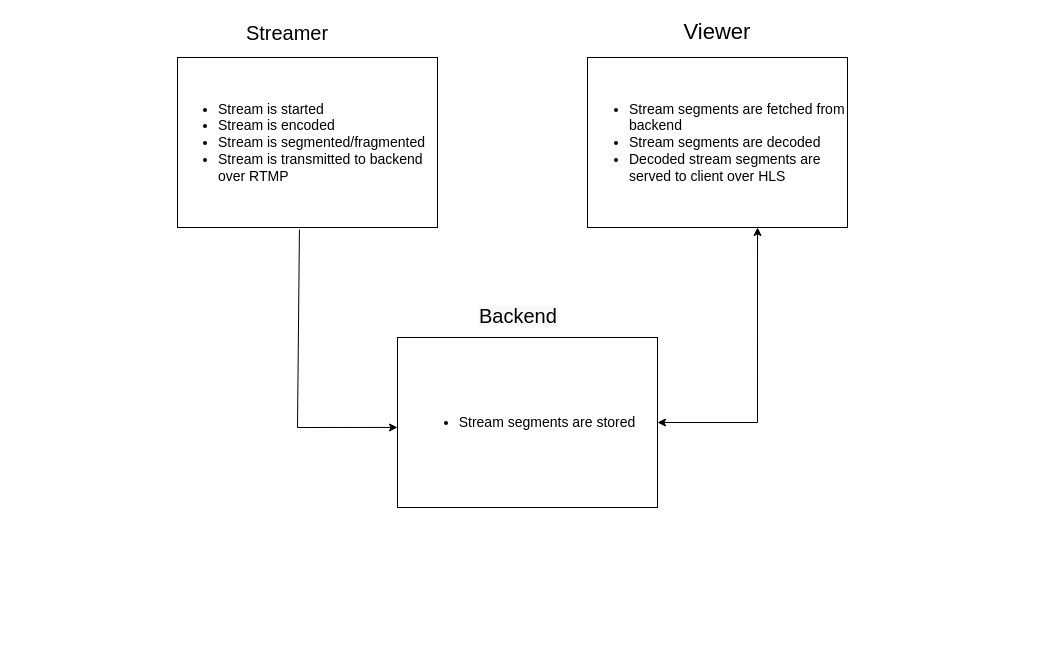
This is system_architecture/design_001.drawio from amos-kibet/streamer, a draw.io file, before an edit. Source tidied: cells renumbered, new cells numbered last; positions are measured from the earlier drawing's top-left corner, leaving out a move shared by most shapes. Both pictures are drawn from the tidied source at 100%, with x=0, y=0 at pixel (177, 17).
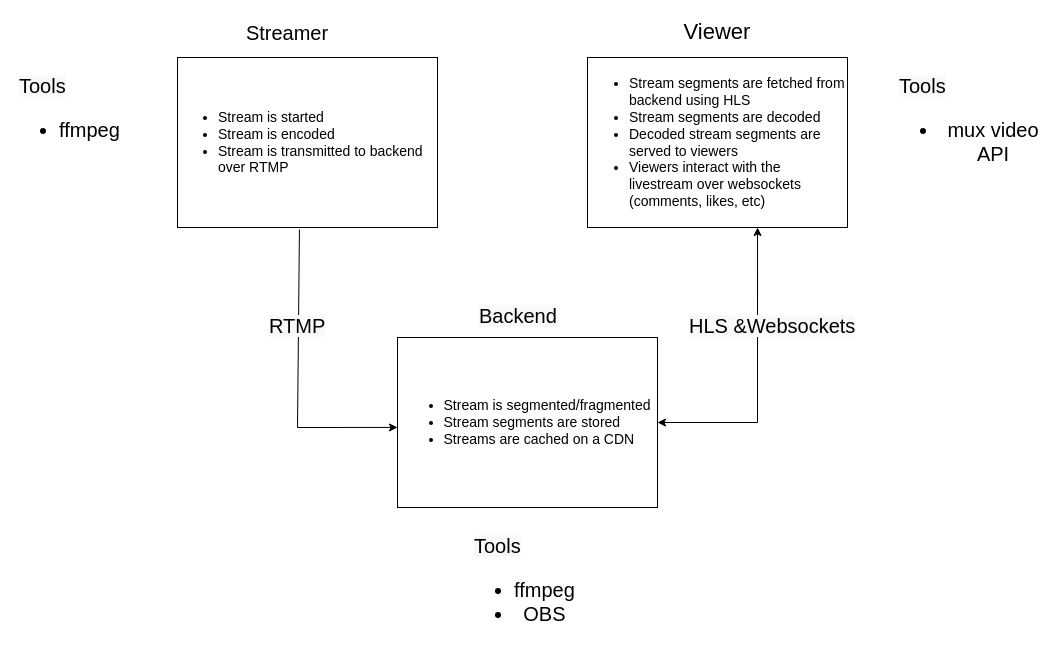
The same page after the edit.

Commit message (it also covers changes not shown here):
update system design architecture

The edit, as a diff of the source:
```diff
@@
 <mxGraphModel>
   <root>
     <mxCell id="0" />
     <mxCell id="1" parent="0" />
-    <mxCell id="2" value="&lt;ul style=&quot;font-size: 14px;&quot;&gt;&lt;li style=&quot;text-align: left;&quot;&gt;Stream segments are stored&lt;/li&gt;&lt;/ul&gt;" style="rounded=0;whiteSpace=wrap;html=1;" parent="1" vertex="1">
+    <mxCell id="2" value="&lt;ul style=&quot;font-size: 14px;&quot;&gt;&lt;li style=&quot;text-align: left;&quot;&gt;Stream is segmented/fragmented&lt;/li&gt;&lt;li style=&quot;text-align: left;&quot;&gt;Stream segments are stored&lt;/li&gt;&lt;li style=&quot;text-align: left;&quot;&gt;Streams are cached on a CDN&lt;/li&gt;&lt;/ul&gt;" style="rounded=0;whiteSpace=wrap;html=1;" parent="1" vertex="1">
       <mxGeometry x="220" y="320" width="260" height="170" as="geometry" />
     </mxCell>
-    <mxCell id="3" value="&lt;ul style=&quot;font-size: 14px;&quot;&gt;&lt;li&gt;Stream segments are fetched from backend&lt;/li&gt;&lt;li style=&quot;&quot;&gt;Stream segments are decoded&lt;/li&gt;&lt;li style=&quot;&quot;&gt;Decoded stream segments are served to client over HLS&lt;/li&gt;&lt;/ul&gt;" style="rounded=0;whiteSpace=wrap;html=1;align=left;" parent="1" vertex="1">
+    <mxCell id="3" value="&lt;ul style=&quot;font-size: 14px;&quot;&gt;&lt;li&gt;Stream segments are fetched from backend using HLS&lt;/li&gt;&lt;li style=&quot;&quot;&gt;Stream segments are decoded&lt;/li&gt;&lt;li style=&quot;&quot;&gt;Decoded stream segments are served to viewers&lt;/li&gt;&lt;li style=&quot;&quot;&gt;Viewers interact with the livestream over websockets (comments, likes, etc)&lt;/li&gt;&lt;/ul&gt;" style="rounded=0;whiteSpace=wrap;html=1;align=left;" parent="1" vertex="1">
       <mxGeometry x="410" y="40" width="260" height="170" as="geometry" />
     </mxCell>
-    <mxCell id="4" value="&lt;ul style=&quot;font-size: 14px;&quot;&gt;&lt;li style=&quot;text-align: left;&quot;&gt;Stream is started&lt;/li&gt;&lt;li style=&quot;text-align: left;&quot;&gt;Stream is encoded&lt;/li&gt;&lt;li style=&quot;text-align: left;&quot;&gt;Stream is segmented/fragmented&lt;/li&gt;&lt;li style=&quot;text-align: left;&quot;&gt;Stream is transmitted to backend over RTMP&lt;/li&gt;&lt;/ul&gt;" style="rounded=0;whiteSpace=wrap;html=1;" parent="1" vertex="1">
+    <mxCell id="4" value="&lt;ul style=&quot;font-size: 14px;&quot;&gt;&lt;li style=&quot;text-align: left;&quot;&gt;Stream is started&lt;/li&gt;&lt;li style=&quot;text-align: left;&quot;&gt;Stream is encoded&lt;/li&gt;&lt;li style=&quot;text-align: left;&quot;&gt;&lt;span style=&quot;background-color: initial;&quot;&gt;Stream is transmitted to backend over RTMP&lt;/span&gt;&lt;br&gt;&lt;/li&gt;&lt;/ul&gt;" style="rounded=0;whiteSpace=wrap;html=1;" parent="1" vertex="1">
       <mxGeometry y="40" width="260" height="170" as="geometry" />
     </mxCell>
     <mxCell id="5" value="&lt;font style=&quot;font-size: 20px;&quot;&gt;Streamer&lt;/font&gt;" style="text;html=1;strokeColor=none;fillColor=none;align=center;verticalAlign=middle;whiteSpace=wrap;rounded=0;" parent="1" vertex="1">
       <mxGeometry x="80" width="60" height="30" as="geometry" />
     </mxCell>
     <mxCell id="6" value="&lt;font style=&quot;font-size: 22px;&quot;&gt;Viewer&lt;/font&gt;" style="text;html=1;strokeColor=none;fillColor=none;align=center;verticalAlign=middle;whiteSpace=wrap;rounded=0;" parent="1" vertex="1">
       <mxGeometry x="510" width="60" height="30" as="geometry" />
     </mxCell>
     <mxCell id="7" style="endArrow=none;html=1;rounded=0;entryX=0.469;entryY=1.012;entryDx=0;entryDy=0;entryPerimeter=0;" parent="1" edge="1" target="4">
       <mxGeometry relative="1" as="geometry">
         <mxPoint x="120" y="410" as="sourcePoint" />
       </mxGeometry>
     </mxCell>
     <mxCell id="8" style="endArrow=classic;html=1;rounded=0;entryX=0;entryY=0.529;entryDx=0;entryDy=0;entryPerimeter=0;" parent="1" edge="1" target="2">
       <mxGeometry relative="1" as="geometry">
         <mxPoint x="120" y="410" as="sourcePoint" />
       </mxGeometry>
     </mxCell>
     <mxCell id="9" value="&lt;span style=&quot;color: rgb(0, 0, 0); font-family: Helvetica; font-size: 20px; font-style: normal; font-variant-ligatures: normal; font-variant-caps: normal; font-weight: 400; letter-spacing: normal; orphans: 2; text-align: center; text-indent: 0px; text-transform: none; widows: 2; word-spacing: 0px; -webkit-text-stroke-width: 0px; background-color: rgb(248, 249, 250); text-decoration-thickness: initial; text-decoration-style: initial; text-decoration-color: initial; float: none; display: inline !important;&quot;&gt;Backend&lt;/span&gt;" style="text;whiteSpace=wrap;html=1;fontSize=14;" parent="1" vertex="1">
       <mxGeometry x="300" y="280" width="120" height="50" as="geometry" />
     </mxCell>
     <mxCell id="10" style="endArrow=classic;startArrow=classic;html=1;rounded=0;fontSize=14;exitX=0.654;exitY=1;exitDx=0;exitDy=0;exitPerimeter=0;entryX=1;entryY=0.5;entryDx=0;entryDy=0;" parent="1" edge="1" source="3" target="2">
       <mxGeometry relative="1" as="geometry">
         <Array as="points">
           <mxPoint x="580" y="405" />
         </Array>
       </mxGeometry>
     </mxCell>
+    <mxCell id="11" value="&lt;span style=&quot;color: rgb(0, 0, 0); font-family: Helvetica; font-size: 20px; font-style: normal; font-variant-ligatures: normal; font-variant-caps: normal; font-weight: 400; letter-spacing: normal; orphans: 2; text-align: center; text-indent: 0px; text-transform: none; widows: 2; word-spacing: 0px; -webkit-text-stroke-width: 0px; background-color: rgb(248, 249, 250); text-decoration-thickness: initial; text-decoration-style: initial; text-decoration-color: initial; float: none; display: inline !important;&quot;&gt;RTMP&lt;/span&gt;" style="text;whiteSpace=wrap;html=1;" parent="1" vertex="1">
+      <mxGeometry x="90" y="290" width="110" height="50" as="geometry" />
+    </mxCell>
+    <mxCell id="12" value="&lt;span style=&quot;color: rgb(0, 0, 0); font-family: Helvetica; font-size: 20px; font-style: normal; font-variant-ligatures: normal; font-variant-caps: normal; font-weight: 400; letter-spacing: normal; orphans: 2; text-align: center; text-indent: 0px; text-transform: none; widows: 2; word-spacing: 0px; -webkit-text-stroke-width: 0px; background-color: rgb(248, 249, 250); text-decoration-thickness: initial; text-decoration-style: initial; text-decoration-color: initial; float: none; display: inline !important;&quot;&gt;HLS &amp;amp;Websockets&lt;/span&gt;" style="text;whiteSpace=wrap;html=1;" parent="1" vertex="1">
+      <mxGeometry x="510" y="290" width="190" height="50" as="geometry" />
+    </mxCell>
+    <mxCell id="13" value="&lt;span style=&quot;color: rgb(0, 0, 0); font-family: Helvetica; font-size: 20px; font-style: normal; font-variant-ligatures: normal; font-variant-caps: normal; font-weight: 400; letter-spacing: normal; orphans: 2; text-align: center; text-indent: 0px; text-transform: none; widows: 2; word-spacing: 0px; -webkit-text-stroke-width: 0px; background-color: rgb(248, 249, 250); text-decoration-thickness: initial; text-decoration-style: initial; text-decoration-color: initial; float: none; display: inline !important;&quot;&gt;Tools&lt;br&gt;&lt;ul style=&quot;&quot;&gt;&lt;li style=&quot;&quot;&gt;ffmpeg&lt;/li&gt;&lt;li style=&quot;&quot;&gt;OBS&lt;/li&gt;&lt;/ul&gt;&lt;/span&gt;" style="text;whiteSpace=wrap;html=1;" parent="1" vertex="1">
+      <mxGeometry x="295" y="510" width="110" height="50" as="geometry" />
+    </mxCell>
+    <mxCell id="14" value="&lt;span style=&quot;color: rgb(0, 0, 0); font-family: Helvetica; font-size: 20px; font-style: normal; font-variant-ligatures: normal; font-variant-caps: normal; font-weight: 400; letter-spacing: normal; orphans: 2; text-align: center; text-indent: 0px; text-transform: none; widows: 2; word-spacing: 0px; -webkit-text-stroke-width: 0px; background-color: rgb(248, 249, 250); text-decoration-thickness: initial; text-decoration-style: initial; text-decoration-color: initial; float: none; display: inline !important;&quot;&gt;Tools&lt;br&gt;&lt;ul style=&quot;&quot;&gt;&lt;li style=&quot;&quot;&gt;mux video API&lt;/li&gt;&lt;/ul&gt;&lt;/span&gt;" style="text;whiteSpace=wrap;html=1;" parent="1" vertex="1">
+      <mxGeometry x="720" y="50" width="150" height="50" as="geometry" />
+    </mxCell>
+    <mxCell id="15" value="&lt;span style=&quot;color: rgb(0, 0, 0); font-family: Helvetica; font-size: 20px; font-style: normal; font-variant-ligatures: normal; font-variant-caps: normal; font-weight: 400; letter-spacing: normal; orphans: 2; text-align: center; text-indent: 0px; text-transform: none; widows: 2; word-spacing: 0px; -webkit-text-stroke-width: 0px; background-color: rgb(248, 249, 250); text-decoration-thickness: initial; text-decoration-style: initial; text-decoration-color: initial; float: none; display: inline !important;&quot;&gt;Tools&lt;br&gt;&lt;ul style=&quot;&quot;&gt;&lt;li style=&quot;&quot;&gt;ffmpeg&lt;/li&gt;&lt;/ul&gt;&lt;/span&gt;" style="text;whiteSpace=wrap;html=1;" parent="1" vertex="1">
+      <mxGeometry x="-160" y="50" width="110" height="50" as="geometry" />
+    </mxCell>
   </root>
 </mxGraphModel>
```
